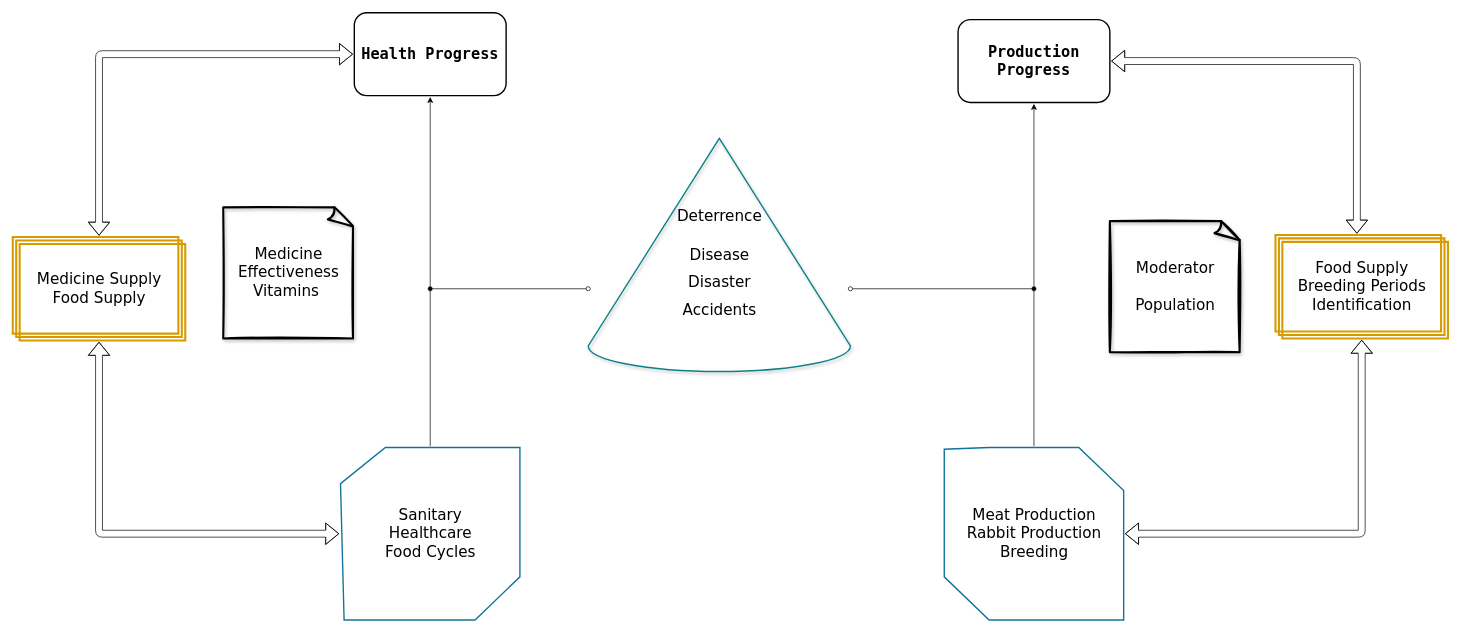
The draw.io diagram Conceptual Framework.drawio in SejiMe/rpc-system, before the edit. Source tidied: cells renumbered, new cells numbered last; positions are measured from the earlier drawing's top-left corner, leaving out a move shared by most shapes. Both pictures are drawn from the tidied source at 69%, with x=0, y=0 at pixel (12, 12).
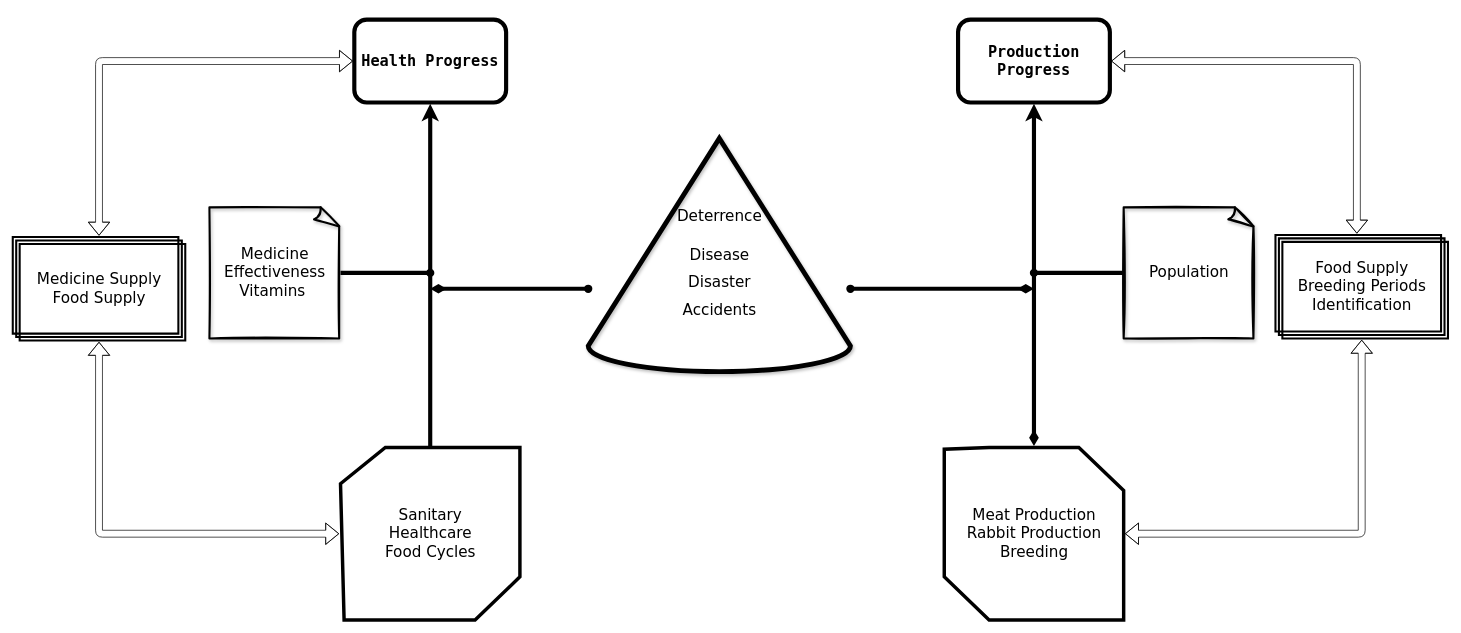
The same page after the edit.

Change to the diagram source:
```diff
@@
+    <mxCell id="11" style="edgeStyle=orthogonalEdgeStyle;rounded=0;jettySize=auto;html=1;entryX=0.5;entryY=1;entryDx=0;entryDy=0;fontFamily=Verdana;fontSize=22;fontColor=#000000;strokeWidth=6;startArrow=diamondThin;startFill=1;" parent="1" edge="1" source="13" target="4">
+      <mxGeometry relative="1" as="geometry" />
+    </mxCell>
+    <mxCell id="8" style="edgeStyle=orthogonalEdgeStyle;rounded=0;jettySize=auto;html=1;fontFamily=Verdana;fontSize=22;fontColor=#000000;strokeWidth=6;" parent="1" edge="1" source="10" target="3">
+      <mxGeometry relative="1" as="geometry" />
+    </mxCell>
@@
-    <mxCell id="3" value="Health Progress" style="rounded=1;fillColor=none;fontFamily=Lucida Console;textDirection=ltr;labelBorderColor=none;strokeWidth=2;perimeterSpacing=2;fontStyle=1;fontColor=#000000;horizontal=1;whiteSpace=wrap;html=1;spacingLeft=0;fontSize=22;" parent="1" vertex="1">
-      <mxGeometry x="495" width="220" height="120" as="geometry" />
+    <mxCell id="3" value="Health Progress" style="rounded=1;fillColor=none;fontFamily=Lucida Console;textDirection=ltr;labelBorderColor=none;strokeWidth=6;perimeterSpacing=2;fontStyle=1;fontColor=#000000;horizontal=1;whiteSpace=wrap;html=1;spacingLeft=0;fontSize=22;" parent="1" vertex="1">
+      <mxGeometry x="495" y="10" width="220" height="120" as="geometry" />
     </mxCell>
-    <mxCell id="4" value="Production Progress" style="rounded=1;fillColor=none;fontFamily=Lucida Console;textDirection=ltr;labelBorderColor=none;strokeWidth=2;perimeterSpacing=2;fontStyle=1;fontColor=#000000;horizontal=1;whiteSpace=wrap;html=1;spacingLeft=0;fontSize=22;" parent="1" vertex="1">
+    <mxCell id="4" value="Production Progress" style="rounded=1;fillColor=none;fontFamily=Lucida Console;textDirection=ltr;labelBorderColor=none;strokeWidth=6;perimeterSpacing=2;fontStyle=1;fontColor=#000000;horizontal=1;whiteSpace=wrap;html=1;spacingLeft=0;fontSize=22;" parent="1" vertex="1">
       <mxGeometry x="1370" y="10" width="220" height="120" as="geometry" />
     </mxCell>
-    <mxCell id="5" style="edgeStyle=orthogonalEdgeStyle;rounded=0;jettySize=auto;html=1;fontFamily=Verdana;fontSize=22;fontColor=#000000;jumpStyle=none;startArrow=oval;startFill=0;endArrow=oval;endFill=1;" parent="1" edge="1" source="7">
-      <mxGeometry relative="1" as="geometry">
-        <mxPoint x="605" y="400" as="targetPoint" />
-        <Array as="points">
-          <mxPoint x="780" y="400" />
-          <mxPoint x="780" y="400" />
-        </Array>
-      </mxGeometry>
-    </mxCell>
-    <mxCell id="6" style="edgeStyle=orthogonalEdgeStyle;rounded=0;jettySize=auto;html=1;fontFamily=Verdana;fontSize=22;fontColor=#000000;startArrow=oval;startFill=0;endArrow=oval;endFill=1;" parent="1" edge="1" source="7">
-      <mxGeometry relative="1" as="geometry">
-        <mxPoint x="1480" y="400" as="targetPoint" />
-        <Array as="points">
-          <mxPoint x="1270" y="400" />
-          <mxPoint x="1270" y="400" />
-        </Array>
-      </mxGeometry>
-    </mxCell>
-    <mxCell id="7" value="&lt;p style=&quot;line-height: 0.8; font-size: 22px;&quot;&gt;Deterrence&lt;br style=&quot;font-size: 22px;&quot;&gt;&lt;br style=&quot;font-size: 22px;&quot;&gt;&lt;/p&gt;&lt;p style=&quot;line-height: 0.8; font-size: 22px;&quot;&gt;Disease&lt;/p&gt;&lt;p style=&quot;line-height: 0.8; font-size: 22px;&quot;&gt;Disaster&lt;/p&gt;&lt;p style=&quot;line-height: 0.8; font-size: 22px;&quot;&gt;Accidents&lt;/p&gt;" style="verticalLabelPosition=middle;verticalAlign=middle;html=1;shape=mxgraph.basic.cone2;dx=0.5;dy=0.89;shadow=1;labelBorderColor=none;fontFamily=Verdana;fontSize=22;strokeWidth=2;fillColor=none;labelPosition=center;align=center;strokeColor=#0e8088;sketch=0;spacingTop=21;" parent="1" vertex="1">
+    <mxCell id="7" value="&lt;p style=&quot;line-height: 0.8; font-size: 22px;&quot;&gt;Deterrence&lt;br style=&quot;font-size: 22px;&quot;&gt;&lt;br style=&quot;font-size: 22px;&quot;&gt;&lt;/p&gt;&lt;p style=&quot;line-height: 0.8; font-size: 22px;&quot;&gt;Disease&lt;/p&gt;&lt;p style=&quot;line-height: 0.8; font-size: 22px;&quot;&gt;Disaster&lt;/p&gt;&lt;p style=&quot;line-height: 0.8; font-size: 22px;&quot;&gt;Accidents&lt;/p&gt;" style="verticalLabelPosition=middle;verticalAlign=middle;html=1;shape=mxgraph.basic.cone2;dx=0.5;dy=0.89;shadow=1;labelBorderColor=none;fontFamily=Verdana;fontSize=22;strokeWidth=7;fillColor=none;labelPosition=center;align=center;strokeColor=#000000;sketch=0;spacingTop=21;" parent="1" vertex="1">
       <mxGeometry x="834" y="182" width="380" height="338" as="geometry" />
     </mxCell>
-    <mxCell id="8" style="edgeStyle=orthogonalEdgeStyle;rounded=0;jettySize=auto;html=1;fontFamily=Verdana;fontSize=22;fontColor=#000000;" parent="1" edge="1" source="10" target="3">
-      <mxGeometry relative="1" as="geometry" />
-    </mxCell>
@@
-    <mxCell id="10" value="Sanitary&lt;br style=&quot;font-size: 22px;&quot;&gt;Healthcare&lt;br style=&quot;font-size: 22px;&quot;&gt;Food Cycles" style="verticalLabelPosition=middle;verticalAlign=middle;html=1;shape=mxgraph.basic.polygon;polyCoords=[[0.25,0],[0.75,0],[1,0],[1,0.75],[0.75,1],[0.25,1],[0.02,1],[0,0.21]];polyline=0;shadow=0;labelBorderColor=none;sketch=0;fontFamily=Verdana;fontSize=22;strokeWidth=2;fillColor=none;gradientDirection=north;perimeterSpacing=2;labelPosition=center;align=center;strokeColor=#10739e;" parent="1" vertex="1">
+    <mxCell id="10" value="Sanitary&lt;br style=&quot;font-size: 22px;&quot;&gt;Healthcare&lt;br style=&quot;font-size: 22px;&quot;&gt;Food Cycles" style="verticalLabelPosition=middle;verticalAlign=middle;html=1;shape=mxgraph.basic.polygon;polyCoords=[[0.25,0],[0.75,0],[1,0],[1,0.75],[0.75,1],[0.25,1],[0.02,1],[0,0.21]];polyline=0;shadow=0;labelBorderColor=none;sketch=0;fontFamily=Verdana;fontSize=22;strokeWidth=5;fillColor=none;gradientDirection=north;perimeterSpacing=2;labelPosition=center;align=center;strokeColor=#000000;" parent="1" vertex="1">
       <mxGeometry x="475" y="630" width="260" height="250" as="geometry" />
     </mxCell>
-    <mxCell id="11" style="edgeStyle=orthogonalEdgeStyle;rounded=0;jettySize=auto;html=1;entryX=0.5;entryY=1;entryDx=0;entryDy=0;fontFamily=Verdana;fontSize=22;fontColor=#000000;" parent="1" edge="1" source="13" target="4">
-      <mxGeometry relative="1" as="geometry" />
-    </mxCell>
@@
-    <mxCell id="13" value="Meat Production&lt;br style=&quot;font-size: 22px;&quot;&gt;Rabbit Production&lt;br style=&quot;font-size: 22px;&quot;&gt;Breeding" style="verticalLabelPosition=middle;verticalAlign=middle;html=1;shape=mxgraph.basic.polygon;polyCoords=[[0.25,0],[0.75,0],[1,0.25],[1,1],[0.75,1],[0.25,1],[0,0.75],[0,0.01]];polyline=0;shadow=0;labelBorderColor=none;sketch=0;fontFamily=Verdana;fontSize=22;strokeWidth=2;fillColor=none;gradientDirection=north;perimeterSpacing=2;labelPosition=center;align=center;strokeColor=#10739e;" parent="1" vertex="1">
+    <mxCell id="13" value="Meat Production&lt;br style=&quot;font-size: 22px;&quot;&gt;Rabbit Production&lt;br style=&quot;font-size: 22px;&quot;&gt;Breeding" style="verticalLabelPosition=middle;verticalAlign=middle;html=1;shape=mxgraph.basic.polygon;polyCoords=[[0.25,0],[0.75,0],[1,0.25],[1,1],[0.75,1],[0.25,1],[0,0.75],[0,0.01]];polyline=0;shadow=0;labelBorderColor=none;sketch=0;fontFamily=Verdana;fontSize=22;strokeWidth=5;fillColor=none;gradientDirection=north;perimeterSpacing=2;labelPosition=center;align=center;strokeColor=#000000;" parent="1" vertex="1">
       <mxGeometry x="1350" y="630" width="260" height="250" as="geometry" />
     </mxCell>
-    <mxCell id="14" value="&lt;font face=&quot;Verdana&quot; style=&quot;font-size: 22px;&quot;&gt;Medicine Supply&lt;br style=&quot;font-size: 22px;&quot;&gt;Food Supply&lt;br style=&quot;font-size: 22px;&quot;&gt;&lt;/font&gt;" style="verticalLabelPosition=middle;verticalAlign=middle;html=1;shape=mxgraph.basic.layered_rect;dx=10;outlineConnect=0;labelBorderColor=none;fontFamily=Lucida Console;fontSize=22;strokeWidth=3;fillColor=none;strokeColor=#d79b00;labelPosition=center;align=center;textDirection=ltr;fontStyle=0;perimeterSpacing=2;shadow=0;" parent="1" vertex="1">
+    <mxCell id="14" value="&lt;font face=&quot;Verdana&quot; style=&quot;font-size: 22px;&quot;&gt;Medicine Supply&lt;br style=&quot;font-size: 22px;&quot;&gt;Food Supply&lt;br style=&quot;font-size: 22px;&quot;&gt;&lt;/font&gt;" style="verticalLabelPosition=middle;verticalAlign=middle;html=1;shape=mxgraph.basic.layered_rect;dx=10;outlineConnect=0;labelBorderColor=none;fontFamily=Lucida Console;fontSize=22;strokeWidth=3;fillColor=none;strokeColor=#000000;labelPosition=center;align=center;textDirection=ltr;fontStyle=0;perimeterSpacing=2;shadow=0;" parent="1" vertex="1">
       <mxGeometry y="325" width="250" height="150" as="geometry" />
     </mxCell>
@@
-    <mxCell id="16" value="&lt;font face=&quot;Verdana&quot; style=&quot;font-size: 22px;&quot;&gt;Food Supply&lt;br style=&quot;font-size: 22px;&quot;&gt;Breeding Periods&lt;br style=&quot;font-size: 22px;&quot;&gt;Identification&lt;/font&gt;" style="verticalLabelPosition=middle;verticalAlign=middle;html=1;shape=mxgraph.basic.layered_rect;dx=10;outlineConnect=0;labelBorderColor=none;fontFamily=Lucida Console;fontSize=22;strokeWidth=3;fillColor=none;strokeColor=#d79b00;labelPosition=center;align=center;textDirection=ltr;fontStyle=0;perimeterSpacing=2;shadow=0;" parent="1" vertex="1">
+    <mxCell id="16" value="&lt;font face=&quot;Verdana&quot; style=&quot;font-size: 22px;&quot;&gt;Food Supply&lt;br style=&quot;font-size: 22px;&quot;&gt;Breeding Periods&lt;br style=&quot;font-size: 22px;&quot;&gt;Identification&lt;/font&gt;" style="verticalLabelPosition=middle;verticalAlign=middle;html=1;shape=mxgraph.basic.layered_rect;dx=10;outlineConnect=0;labelBorderColor=none;fontFamily=Lucida Console;fontSize=22;strokeWidth=3;fillColor=none;strokeColor=#000000;labelPosition=center;align=center;textDirection=ltr;fontStyle=0;perimeterSpacing=2;shadow=0;" parent="1" vertex="1">
       <mxGeometry x="1830" y="322" width="250" height="150" as="geometry" />
     </mxCell>
+    <mxCell id="19" style="edgeStyle=orthogonalEdgeStyle;rounded=0;jettySize=auto;html=1;endArrow=oval;endFill=1;strokeWidth=6;" parent="1" edge="1" source="17">
+      <mxGeometry relative="1" as="geometry">
+        <mxPoint x="1480" y="377" as="targetPoint" />
+      </mxGeometry>
+    </mxCell>
-    <mxCell id="17" value="Moderator&lt;br style=&quot;font-size: 22px;&quot;&gt;&lt;br style=&quot;font-size: 22px;&quot;&gt;Population" style="whiteSpace=wrap;html=1;shape=mxgraph.basic.document;shadow=1;labelBorderColor=none;sketch=1;fontFamily=Verdana;fontSize=22;fontColor=#000000;strokeWidth=3;fillColor=none;gradientColor=#ffffff;" parent="1" vertex="1">
-      <mxGeometry x="1590" y="302" width="190" height="190" as="geometry" />
+    <mxCell id="17" value="Population" style="whiteSpace=wrap;html=1;shape=mxgraph.basic.document;shadow=1;labelBorderColor=none;sketch=1;fontFamily=Verdana;fontSize=22;fontColor=#000000;strokeWidth=3;fillColor=none;gradientColor=#ffffff;" parent="1" vertex="1">
+      <mxGeometry x="1610" y="282" width="190" height="190" as="geometry" />
     </mxCell>
+    <mxCell id="20" style="edgeStyle=orthogonalEdgeStyle;rounded=0;jettySize=auto;html=1;endArrow=oval;endFill=1;strokeWidth=6;" parent="1" edge="1" source="18">
+      <mxGeometry relative="1" as="geometry">
+        <mxPoint x="605" y="377" as="targetPoint" />
+      </mxGeometry>
+    </mxCell>
     <mxCell id="18" value="Medicine Effectiveness&lt;br style=&quot;font-size: 22px;&quot;&gt;Vitamins&amp;nbsp;" style="whiteSpace=wrap;html=1;shape=mxgraph.basic.document;shadow=1;labelBorderColor=none;sketch=1;fontFamily=Verdana;fontSize=22;fontColor=#000000;strokeWidth=3;fillColor=none;gradientColor=#ffffff;" parent="1" vertex="1">
-      <mxGeometry x="305" y="282" width="190" height="190" as="geometry" />
+      <mxGeometry x="285" y="282" width="190" height="190" as="geometry" />
     </mxCell>
+    <mxCell id="6" style="edgeStyle=orthogonalEdgeStyle;rounded=0;jettySize=auto;html=1;fontFamily=Verdana;fontSize=22;fontColor=#000000;startArrow=oval;startFill=1;endArrow=diamondThin;endFill=1;strokeWidth=6;" parent="1" edge="1" source="7">
+      <mxGeometry relative="1" as="geometry">
+        <mxPoint x="1480" y="400" as="targetPoint" />
+        <Array as="points">
+          <mxPoint x="1270" y="400" />
+          <mxPoint x="1270" y="400" />
+        </Array>
+      </mxGeometry>
+    </mxCell>
+    <mxCell id="5" style="edgeStyle=orthogonalEdgeStyle;rounded=0;jettySize=auto;html=1;fontFamily=Verdana;fontSize=22;fontColor=#000000;jumpStyle=none;startArrow=oval;startFill=1;endArrow=diamondThin;endFill=1;strokeWidth=6;" parent="1" edge="1" source="7">
+      <mxGeometry relative="1" as="geometry">
+        <mxPoint x="605" y="400" as="targetPoint" />
+        <Array as="points">
+          <mxPoint x="780" y="400" />
+          <mxPoint x="780" y="400" />
+        </Array>
+      </mxGeometry>
+    </mxCell>
```
